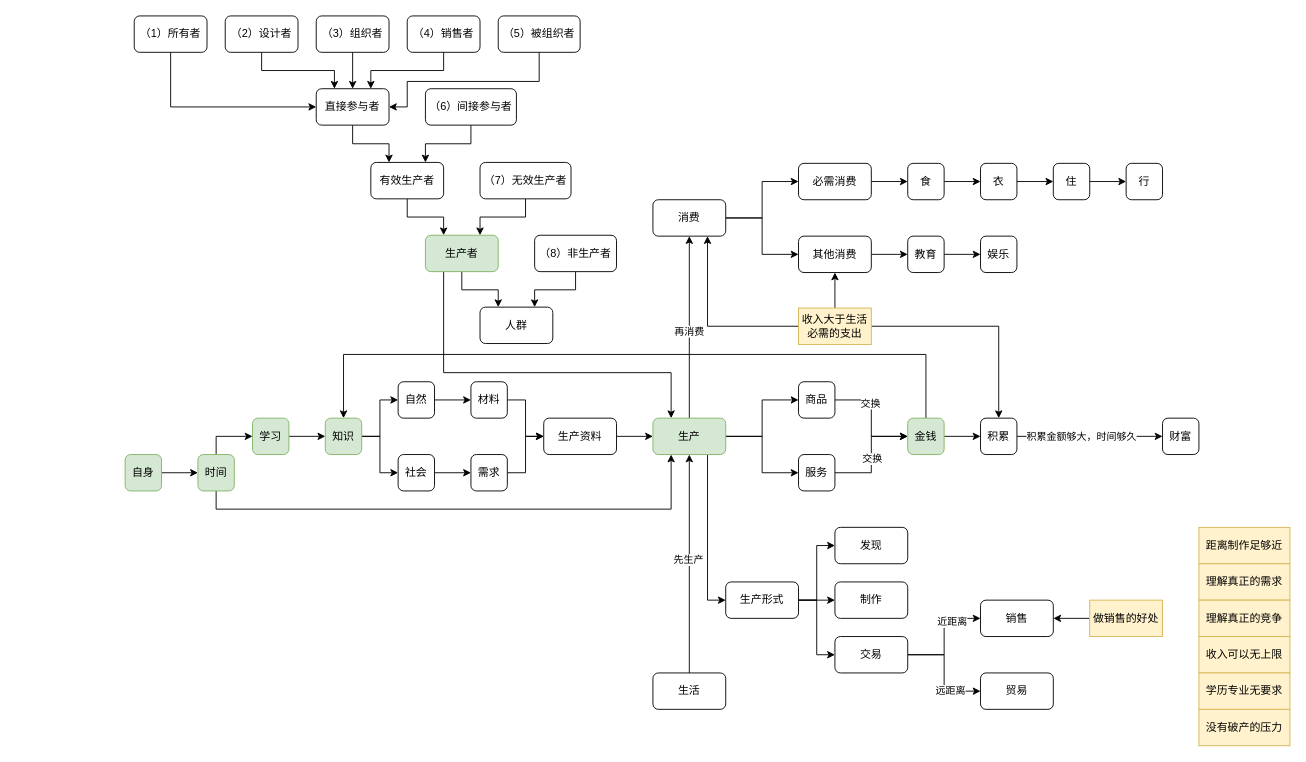
yanhanfrontend/draw.io.workspace keeps this draw.io diagram as 财富的真相.drawio. Above is the earlier version. Source tidied: cells renumbered, new cells numbered last; positions are measured from the earlier drawing's top-left corner, leaving out a move shared by most shapes. Both pictures are drawn from the tidied source at 91%, with x=0, y=0 at pixel (125, 15).
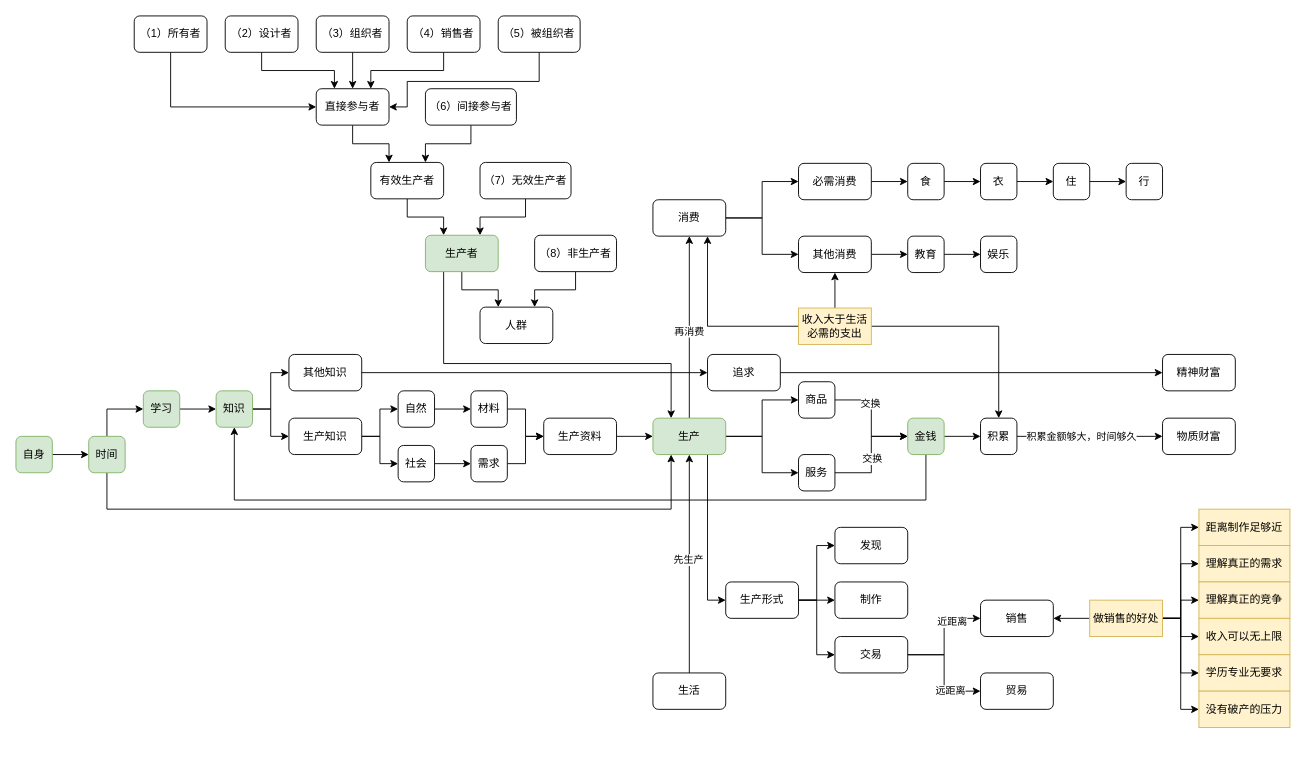
The same diagram, later.

Commit message (it also covers changes not shown here):
更新财富的真相.drawio

The change refers to these unchanged cells:
```xml
<mxCell id="10" value="生产" style="rounded=1;whiteSpace=wrap;html=1;fillColor=#d5e8d4;strokeColor=#82b366;" parent="1" vertex="1">
  <mxGeometry x="580" y="442" width="80" height="40" as="geometry" />
</mxCell>
<mxCell id="38" value="金钱" style="rounded=1;whiteSpace=wrap;html=1;fillColor=#d5e8d4;strokeColor=#82b366;" parent="1" vertex="1">
  <mxGeometry x="860" y="442" width="40" height="40" as="geometry" />
</mxCell>
<mxCell id="88" value="生产者" style="rounded=1;whiteSpace=wrap;html=1;fillColor=#d5e8d4;strokeColor=#82b366;" parent="1" vertex="1">
  <mxGeometry x="330" y="241" width="80" height="40" as="geometry" />
</mxCell>
<mxCell id="103" value="做销售的好处" style="text;html=1;align=center;verticalAlign=middle;whiteSpace=wrap;rounded=0;fillColor=#fff2cc;strokeColor=#d6b656;" parent="1" vertex="1">
  <mxGeometry x="1060" y="642" width="80" height="40" as="geometry" />
</mxCell>
```

Diff of the diagram source:
```diff
@@
-    <mxCell id="37" style="edgeStyle=orthogonalEdgeStyle;rounded=0;jettySize=auto;html=1;exitX=0.5;exitY=0;exitDx=0;exitDy=0;entryX=0.5;entryY=0;entryDx=0;entryDy=0;" parent="1" edge="1" source="38" target="62">
+    <mxCell id="37" style="edgeStyle=orthogonalEdgeStyle;rounded=0;jettySize=auto;html=1;exitX=0.5;exitY=1;exitDx=0;exitDy=0;entryX=0.5;entryY=1;entryDx=0;entryDy=0;" parent="1" edge="1" source="38" target="62">
       <mxGeometry relative="1" as="geometry">
         <Array as="points">
-          <mxPoint x="880" y="372" />
-          <mxPoint x="240" y="372" />
+          <mxPoint x="880" y="532" />
+          <mxPoint x="120" y="532" />
         </Array>
       </mxGeometry>
     </mxCell>
@@
-    <mxCell id="39" value="财富" style="rounded=1;whiteSpace=wrap;html=1;" parent="1" vertex="1">
-      <mxGeometry x="1140" y="442" width="40" height="40" as="geometry" />
+    <mxCell id="39" value="物质财富" style="rounded=1;whiteSpace=wrap;html=1;" parent="1" vertex="1">
+      <mxGeometry x="1140" y="442" width="80" height="40" as="geometry" />
     </mxCell>
@@
     <mxCell id="48" value="材料" style="rounded=1;whiteSpace=wrap;html=1;" parent="1" vertex="1">
-      <mxGeometry x="380" y="402" width="40" height="40" as="geometry" />
+      <mxGeometry x="380" y="412" width="40" height="40" as="geometry" />
     </mxCell>
@@
     <mxCell id="50" value="需求" style="rounded=1;whiteSpace=wrap;html=1;" parent="1" vertex="1">
-      <mxGeometry x="380" y="482" width="40" height="40" as="geometry" />
+      <mxGeometry x="380" y="472" width="40" height="40" as="geometry" />
     </mxCell>
     <mxCell id="51" style="edgeStyle=orthogonalEdgeStyle;rounded=0;jettySize=auto;html=1;exitX=0.5;exitY=1;exitDx=0;exitDy=0;entryX=0.25;entryY=1;entryDx=0;entryDy=0;" parent="1" edge="1" source="53" target="10">
       <mxGeometry relative="1" as="geometry">
         <Array as="points">
-          <mxPoint x="100" y="542" />
+          <mxPoint x="-20" y="542" />
           <mxPoint x="600" y="542" />
         </Array>
       </mxGeometry>
     </mxCell>
@@
     <mxCell id="53" value="时间" style="rounded=1;whiteSpace=wrap;html=1;fillColor=#d5e8d4;strokeColor=#82b366;" parent="1" vertex="1">
-      <mxGeometry x="80" y="482" width="40" height="40" as="geometry" />
+      <mxGeometry x="-40" y="462" width="40" height="40" as="geometry" />
     </mxCell>
@@
     <mxCell id="55" value="自然" style="rounded=1;whiteSpace=wrap;html=1;" parent="1" vertex="1">
-      <mxGeometry x="300" y="402" width="40" height="40" as="geometry" />
+      <mxGeometry x="300" y="412" width="40" height="40" as="geometry" />
     </mxCell>
@@
     <mxCell id="57" value="社会" style="rounded=1;whiteSpace=wrap;html=1;" parent="1" vertex="1">
-      <mxGeometry x="300" y="482" width="40" height="40" as="geometry" />
+      <mxGeometry x="300" y="472" width="40" height="40" as="geometry" />
     </mxCell>
@@
     <mxCell id="59" value="自身" style="rounded=1;whiteSpace=wrap;html=1;fillColor=#d5e8d4;strokeColor=#82b366;" parent="1" vertex="1">
-      <mxGeometry y="482" width="40" height="40" as="geometry" />
+      <mxGeometry x="-120" y="462" width="40" height="40" as="geometry" />
     </mxCell>
-    <mxCell id="60" style="edgeStyle=orthogonalEdgeStyle;rounded=0;jettySize=auto;html=1;exitX=1;exitY=0.5;exitDx=0;exitDy=0;entryX=0;entryY=0.5;entryDx=0;entryDy=0;" parent="1" edge="1" source="62" target="55">
-      <mxGeometry relative="1" as="geometry" />
-    </mxCell>
-    <mxCell id="61" style="edgeStyle=orthogonalEdgeStyle;rounded=0;jettySize=auto;html=1;exitX=1;exitY=0.5;exitDx=0;exitDy=0;entryX=0;entryY=0.5;entryDx=0;entryDy=0;" parent="1" edge="1" source="62" target="57">
-      <mxGeometry relative="1" as="geometry" />
-    </mxCell>
+    <mxCell id="110" style="edgeStyle=orthogonalEdgeStyle;rounded=0;jettySize=auto;html=1;exitX=1;exitY=0.5;exitDx=0;exitDy=0;entryX=0;entryY=0.5;entryDx=0;entryDy=0;" parent="1" edge="1" source="62" target="120">
+      <mxGeometry relative="1" as="geometry" />
+    </mxCell>
+    <mxCell id="111" style="edgeStyle=orthogonalEdgeStyle;rounded=0;jettySize=auto;html=1;exitX=1;exitY=0.5;exitDx=0;exitDy=0;entryX=0;entryY=0.5;entryDx=0;entryDy=0;" parent="1" edge="1" source="62" target="122">
+      <mxGeometry relative="1" as="geometry" />
+    </mxCell>
     <mxCell id="62" value="知识" style="rounded=1;whiteSpace=wrap;html=1;fillColor=#d5e8d4;strokeColor=#82b366;" parent="1" vertex="1">
-      <mxGeometry x="220" y="442" width="40" height="40" as="geometry" />
+      <mxGeometry x="100" y="412" width="40" height="40" as="geometry" />
     </mxCell>
@@
     <mxCell id="64" value="学习" style="rounded=1;whiteSpace=wrap;html=1;fillColor=#d5e8d4;strokeColor=#82b366;" parent="1" vertex="1">
-      <mxGeometry x="140" y="442" width="40" height="40" as="geometry" />
+      <mxGeometry x="20" y="412" width="40" height="40" as="geometry" />
     </mxCell>
@@
     <mxCell id="87" style="edgeStyle=orthogonalEdgeStyle;rounded=0;jettySize=auto;html=1;exitX=0.25;exitY=1;exitDx=0;exitDy=0;entryX=0.25;entryY=0;entryDx=0;entryDy=0;" parent="1" edge="1" source="88" target="10">
       <mxGeometry relative="1" as="geometry">
         <Array as="points">
-          <mxPoint x="350" y="392" />
-          <mxPoint x="600" y="392" />
+          <mxPoint x="350" y="382" />
+          <mxPoint x="600" y="382" />
         </Array>
       </mxGeometry>
     </mxCell>
@@
+    <mxCell id="112" style="edgeStyle=orthogonalEdgeStyle;rounded=0;jettySize=auto;html=1;exitX=1;exitY=0.5;exitDx=0;exitDy=0;entryX=0;entryY=0.5;entryDx=0;entryDy=0;" parent="1" edge="1" source="103" target="104">
+      <mxGeometry relative="1" as="geometry" />
+    </mxCell>
+    <mxCell id="113" style="edgeStyle=orthogonalEdgeStyle;rounded=0;jettySize=auto;html=1;exitX=1;exitY=0.5;exitDx=0;exitDy=0;entryX=0;entryY=0.5;entryDx=0;entryDy=0;" parent="1" edge="1" source="103" target="105">
+      <mxGeometry relative="1" as="geometry" />
+    </mxCell>
+    <mxCell id="114" style="edgeStyle=orthogonalEdgeStyle;rounded=0;jettySize=auto;html=1;exitX=1;exitY=0.5;exitDx=0;exitDy=0;entryX=0;entryY=0.5;entryDx=0;entryDy=0;" parent="1" edge="1" source="103" target="106">
+      <mxGeometry relative="1" as="geometry" />
+    </mxCell>
+    <mxCell id="115" style="edgeStyle=orthogonalEdgeStyle;rounded=0;jettySize=auto;html=1;exitX=1;exitY=0.5;exitDx=0;exitDy=0;entryX=0;entryY=0.5;entryDx=0;entryDy=0;" parent="1" edge="1" source="103" target="107">
+      <mxGeometry relative="1" as="geometry" />
+    </mxCell>
+    <mxCell id="116" style="edgeStyle=orthogonalEdgeStyle;rounded=0;jettySize=auto;html=1;exitX=1;exitY=0.5;exitDx=0;exitDy=0;entryX=0;entryY=0.5;entryDx=0;entryDy=0;" parent="1" edge="1" source="103" target="108">
+      <mxGeometry relative="1" as="geometry" />
+    </mxCell>
+    <mxCell id="117" style="edgeStyle=orthogonalEdgeStyle;rounded=0;jettySize=auto;html=1;exitX=1;exitY=0.5;exitDx=0;exitDy=0;entryX=0;entryY=0.5;entryDx=0;entryDy=0;" parent="1" edge="1" source="103" target="109">
+      <mxGeometry relative="1" as="geometry" />
+    </mxCell>
@@
     <mxCell id="104" value="距离制作足够近" style="text;html=1;align=center;verticalAlign=middle;whiteSpace=wrap;rounded=0;fillColor=#fff2cc;strokeColor=#d6b656;" parent="1" vertex="1">
-      <mxGeometry x="1180" y="562" width="100" height="40" as="geometry" />
+      <mxGeometry x="1180" y="542" width="100" height="40" as="geometry" />
     </mxCell>
     <mxCell id="105" value="理解真正的需求" style="text;html=1;align=center;verticalAlign=middle;whiteSpace=wrap;rounded=0;fillColor=#fff2cc;strokeColor=#d6b656;" parent="1" vertex="1">
-      <mxGeometry x="1180" y="602" width="100" height="40" as="geometry" />
+      <mxGeometry x="1180" y="582" width="100" height="40" as="geometry" />
     </mxCell>
     <mxCell id="106" value="理解真正的竞争" style="text;html=1;align=center;verticalAlign=middle;whiteSpace=wrap;rounded=0;fillColor=#fff2cc;strokeColor=#d6b656;" parent="1" vertex="1">
-      <mxGeometry x="1180" y="642" width="100" height="40" as="geometry" />
+      <mxGeometry x="1180" y="622" width="100" height="40" as="geometry" />
     </mxCell>
     <mxCell id="107" value="收入可以无上限" style="text;html=1;align=center;verticalAlign=middle;whiteSpace=wrap;rounded=0;fillColor=#fff2cc;strokeColor=#d6b656;" parent="1" vertex="1">
-      <mxGeometry x="1180" y="682" width="100" height="40" as="geometry" />
+      <mxGeometry x="1180" y="662" width="100" height="40" as="geometry" />
     </mxCell>
     <mxCell id="108" value="学历专业无要求" style="text;html=1;align=center;verticalAlign=middle;whiteSpace=wrap;rounded=0;fillColor=#fff2cc;strokeColor=#d6b656;" parent="1" vertex="1">
-      <mxGeometry x="1180" y="722" width="100" height="40" as="geometry" />
+      <mxGeometry x="1180" y="702" width="100" height="40" as="geometry" />
     </mxCell>
     <mxCell id="109" value="没有破产的压力" style="text;html=1;align=center;verticalAlign=middle;whiteSpace=wrap;rounded=0;fillColor=#fff2cc;strokeColor=#d6b656;" parent="1" vertex="1">
-      <mxGeometry x="1180" y="762" width="100" height="40" as="geometry" />
+      <mxGeometry x="1180" y="742" width="100" height="40" as="geometry" />
     </mxCell>
+    <mxCell id="118" style="edgeStyle=orthogonalEdgeStyle;rounded=0;jettySize=auto;html=1;exitX=1;exitY=0.5;exitDx=0;exitDy=0;entryX=0;entryY=0.5;entryDx=0;entryDy=0;" parent="1" edge="1" source="120" target="55">
+      <mxGeometry relative="1" as="geometry" />
+    </mxCell>
+    <mxCell id="119" style="edgeStyle=orthogonalEdgeStyle;rounded=0;jettySize=auto;html=1;exitX=1;exitY=0.5;exitDx=0;exitDy=0;entryX=0;entryY=0.5;entryDx=0;entryDy=0;" parent="1" edge="1" source="120" target="57">
+      <mxGeometry relative="1" as="geometry" />
+    </mxCell>
+    <mxCell id="120" value="生产知识" style="rounded=1;whiteSpace=wrap;html=1;" parent="1" vertex="1">
+      <mxGeometry x="180" y="442" width="80" height="40" as="geometry" />
+    </mxCell>
+    <mxCell id="121" style="edgeStyle=orthogonalEdgeStyle;rounded=0;jettySize=auto;html=1;exitX=1;exitY=0.5;exitDx=0;exitDy=0;entryX=0;entryY=0.5;entryDx=0;entryDy=0;" parent="1" edge="1" source="122" target="125">
+      <mxGeometry relative="1" as="geometry" />
+    </mxCell>
+    <mxCell id="122" value="其他知识" style="rounded=1;whiteSpace=wrap;html=1;" parent="1" vertex="1">
+      <mxGeometry x="180" y="372" width="80" height="40" as="geometry" />
+    </mxCell>
+    <mxCell id="123" value="精神财富" style="rounded=1;whiteSpace=wrap;html=1;" parent="1" vertex="1">
+      <mxGeometry x="1140" y="372" width="80" height="40" as="geometry" />
+    </mxCell>
+    <mxCell id="124" style="edgeStyle=orthogonalEdgeStyle;rounded=0;jettySize=auto;html=1;exitX=1;exitY=0.5;exitDx=0;exitDy=0;entryX=0;entryY=0.5;entryDx=0;entryDy=0;" parent="1" edge="1" source="125" target="123">
+      <mxGeometry relative="1" as="geometry" />
+    </mxCell>
+    <mxCell id="125" value="追求" style="rounded=1;whiteSpace=wrap;html=1;" parent="1" vertex="1">
+      <mxGeometry x="640" y="372" width="80" height="40" as="geometry" />
+    </mxCell>
```
